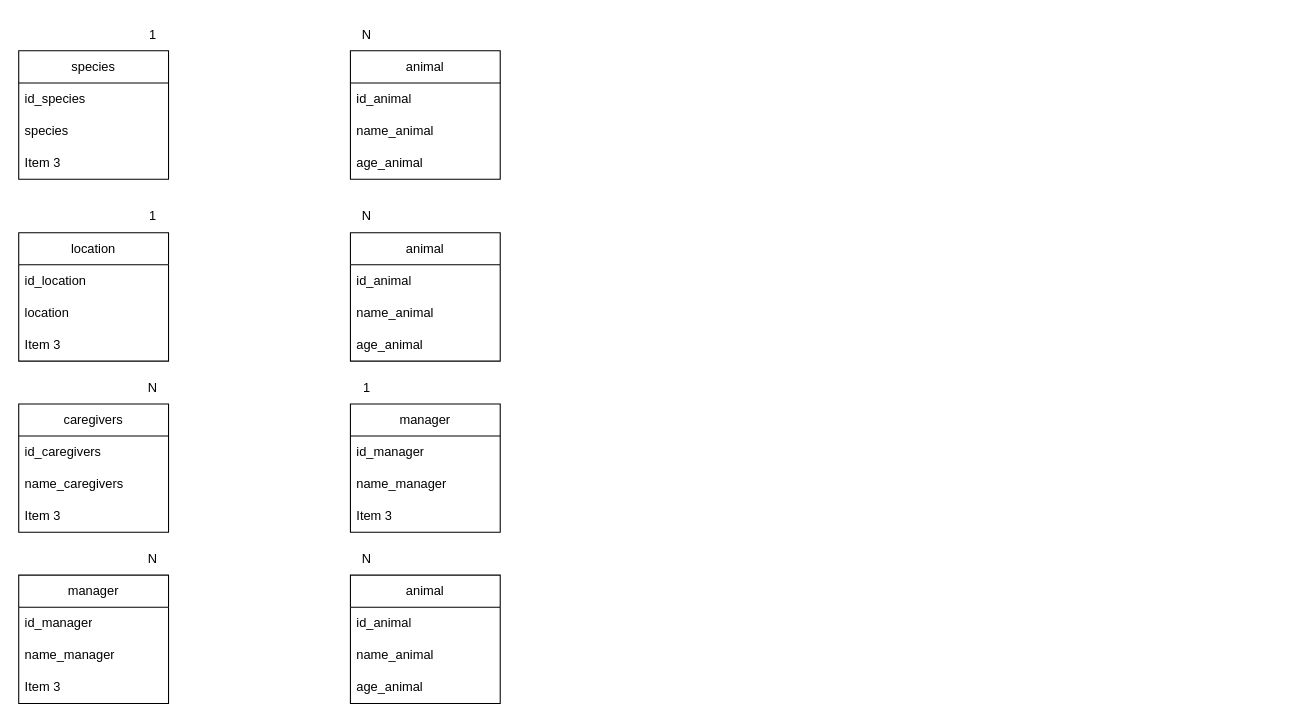
Before: 3-back-end/secao-3-funcao-sql-joins-normalizacao/day-3-transformando-ideias-em-banco-de-dados/Exercicios/exercicio/Diagrama sem nome.drawio in Pablo73/exercises-trybe, a draw.io diagram. Source tidied: cells renumbered, new cells numbered last; positions are measured from the earlier drawing's top-left corner, leaving out a move shared by most shapes. Both pictures are drawn from the tidied source at 107%, with x=0, y=0 at pixel (18, 18).
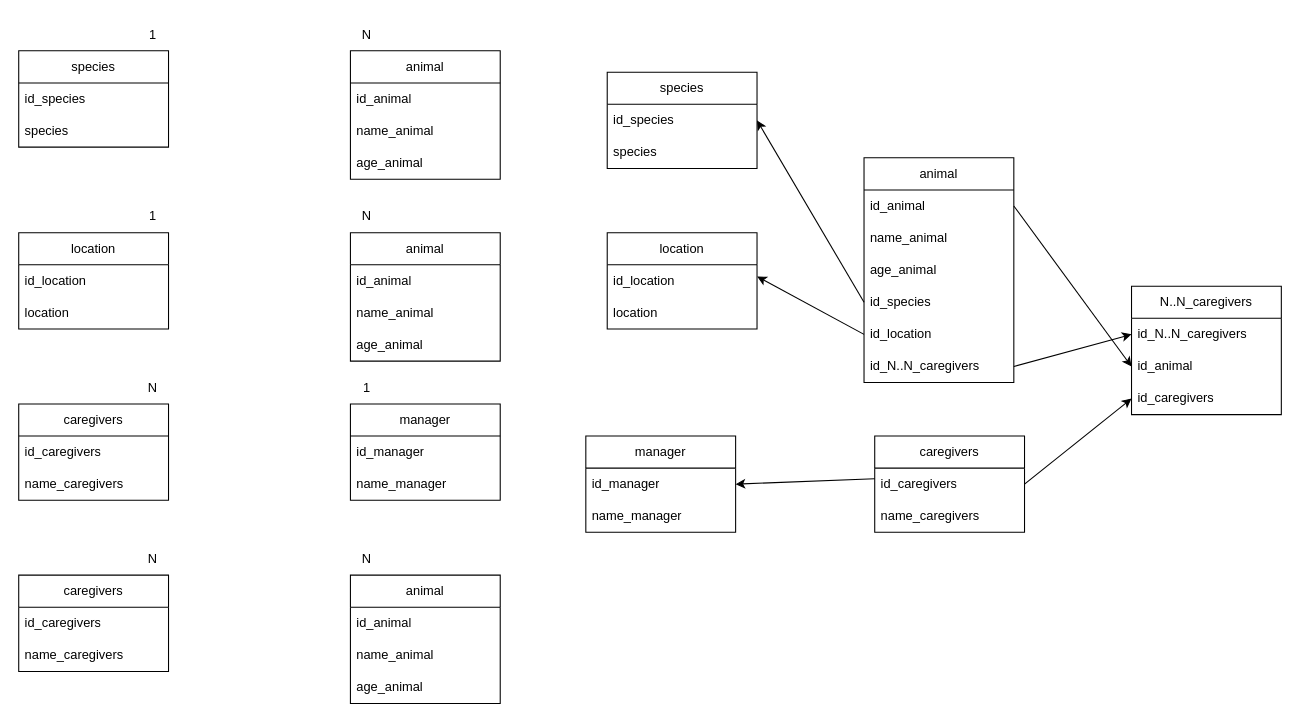
The same diagram, later.

The edit, as a diff of the source:
```diff
@@
     <mxCell id="6" value="species" style="swimlane;fontStyle=0;horizontal=1;startSize=30;whiteSpace=wrap;html=1;" parent="1" vertex="1">
-      <mxGeometry y="30" width="140" height="120" as="geometry" />
+      <mxGeometry y="30" width="140" height="90" as="geometry" />
     </mxCell>
@@
-    <mxCell id="9" value="Item 3" style="text;strokeColor=none;fillColor=none;align=left;verticalAlign=middle;spacingLeft=4;spacingRight=4;overflow=hidden;whiteSpace=wrap;html=1;" parent="6" vertex="1">
-      <mxGeometry y="90" width="140" height="30" as="geometry" />
-    </mxCell>
     <mxCell id="10" value="location" style="swimlane;fontStyle=0;horizontal=1;startSize=30;whiteSpace=wrap;html=1;" parent="1" vertex="1">
-      <mxGeometry y="200" width="140" height="120" as="geometry" />
+      <mxGeometry y="200" width="140" height="90" as="geometry" />
     </mxCell>
@@
-    <mxCell id="13" value="Item 3" style="text;strokeColor=none;fillColor=none;align=left;verticalAlign=middle;spacingLeft=4;spacingRight=4;overflow=hidden;whiteSpace=wrap;html=1;" parent="10" vertex="1">
-      <mxGeometry y="90" width="140" height="30" as="geometry" />
-    </mxCell>
     <mxCell id="14" value="caregivers" style="swimlane;fontStyle=0;horizontal=1;startSize=30;whiteSpace=wrap;html=1;" parent="1" vertex="1">
-      <mxGeometry y="360" width="140" height="120" as="geometry" />
+      <mxGeometry y="360" width="140" height="90" as="geometry" />
     </mxCell>
@@
-    <mxCell id="17" value="Item 3" style="text;strokeColor=none;fillColor=none;align=left;verticalAlign=middle;spacingLeft=4;spacingRight=4;overflow=hidden;whiteSpace=wrap;html=1;" parent="14" vertex="1">
-      <mxGeometry y="90" width="140" height="30" as="geometry" />
-    </mxCell>
-    <mxCell id="18" value="manager" style="swimlane;fontStyle=0;horizontal=1;startSize=30;whiteSpace=wrap;html=1;" parent="1" vertex="1">
-      <mxGeometry y="520" width="140" height="120" as="geometry" />
+    <mxCell id="18" value="caregivers" style="swimlane;fontStyle=0;horizontal=1;startSize=30;whiteSpace=wrap;html=1;" parent="1" vertex="1">
+      <mxGeometry y="520" width="140" height="90" as="geometry" />
     </mxCell>
-    <mxCell id="19" value="id_manager" style="text;strokeColor=none;fillColor=none;align=left;verticalAlign=middle;spacingLeft=4;spacingRight=4;overflow=hidden;whiteSpace=wrap;html=1;" parent="18" vertex="1">
+    <mxCell id="19" value="id_caregivers" style="text;strokeColor=none;fillColor=none;align=left;verticalAlign=middle;spacingLeft=4;spacingRight=4;overflow=hidden;whiteSpace=wrap;html=1;" parent="18" vertex="1">
       <mxGeometry y="30" width="140" height="30" as="geometry" />
     </mxCell>
-    <mxCell id="20" value="name_manager" style="text;strokeColor=none;fillColor=none;align=left;verticalAlign=middle;spacingLeft=4;spacingRight=4;overflow=hidden;whiteSpace=wrap;html=1;" parent="18" vertex="1">
+    <mxCell id="20" value="name_caregivers" style="text;strokeColor=none;fillColor=none;align=left;verticalAlign=middle;spacingLeft=4;spacingRight=4;overflow=hidden;whiteSpace=wrap;html=1;" parent="18" vertex="1">
       <mxGeometry y="60" width="140" height="30" as="geometry" />
     </mxCell>
-    <mxCell id="21" value="Item 3" style="text;strokeColor=none;fillColor=none;align=left;verticalAlign=middle;spacingLeft=4;spacingRight=4;overflow=hidden;whiteSpace=wrap;html=1;" parent="18" vertex="1">
-      <mxGeometry y="90" width="140" height="30" as="geometry" />
-    </mxCell>
@@
     <mxCell id="36" value="manager" style="swimlane;fontStyle=0;horizontal=1;startSize=30;whiteSpace=wrap;html=1;" parent="1" vertex="1">
-      <mxGeometry x="310" y="360" width="140" height="120" as="geometry" />
+      <mxGeometry x="310" y="360" width="140" height="90" as="geometry" />
     </mxCell>
@@
-    <mxCell id="39" value="Item 3" style="text;strokeColor=none;fillColor=none;align=left;verticalAlign=middle;spacingLeft=4;spacingRight=4;overflow=hidden;whiteSpace=wrap;html=1;" parent="36" vertex="1">
-      <mxGeometry y="90" width="140" height="30" as="geometry" />
-    </mxCell>
@@
+    <mxCell id="42" value="animal" style="swimlane;fontStyle=0;horizontal=1;startSize=30;whiteSpace=wrap;html=1;" parent="1" vertex="1">
+      <mxGeometry x="790" y="130" width="140" height="210" as="geometry" />
+    </mxCell>
+    <mxCell id="43" value="id_animal" style="text;strokeColor=none;fillColor=none;align=left;verticalAlign=middle;spacingLeft=4;spacingRight=4;overflow=hidden;points=[[0,0.5],[1,0.5]];portConstraint=eastwest;whiteSpace=wrap;html=1;" parent="42" vertex="1">
+      <mxGeometry y="30" width="140" height="30" as="geometry" />
+    </mxCell>
+    <mxCell id="44" value="name_animal" style="text;strokeColor=none;fillColor=none;align=left;verticalAlign=middle;spacingLeft=4;spacingRight=4;overflow=hidden;whiteSpace=wrap;html=1;" parent="42" vertex="1">
+      <mxGeometry y="60" width="140" height="30" as="geometry" />
+    </mxCell>
+    <mxCell id="45" value="age_animal" style="text;strokeColor=none;fillColor=none;align=left;verticalAlign=middle;spacingLeft=4;spacingRight=4;overflow=hidden;whiteSpace=wrap;html=1;" parent="42" vertex="1">
+      <mxGeometry y="90" width="140" height="30" as="geometry" />
+    </mxCell>
+    <mxCell id="46" value="id_species" style="text;strokeColor=none;fillColor=none;align=left;verticalAlign=middle;spacingLeft=4;spacingRight=4;overflow=hidden;points=[[0,0.5],[1,0.5]];portConstraint=eastwest;whiteSpace=wrap;html=1;" parent="42" vertex="1">
+      <mxGeometry y="120" width="140" height="30" as="geometry" />
+    </mxCell>
+    <mxCell id="47" value="id_location" style="text;strokeColor=none;fillColor=none;align=left;verticalAlign=middle;spacingLeft=4;spacingRight=4;overflow=hidden;points=[[0,0.5],[1,0.5]];portConstraint=eastwest;whiteSpace=wrap;html=1;" parent="42" vertex="1">
+      <mxGeometry y="150" width="140" height="30" as="geometry" />
+    </mxCell>
+    <mxCell id="48" value="id_N..N_caregivers" style="text;strokeColor=none;fillColor=none;align=left;verticalAlign=middle;spacingLeft=4;spacingRight=4;overflow=hidden;points=[[0,0.5],[1,0.5]];portConstraint=eastwest;whiteSpace=wrap;html=1;" parent="42" vertex="1">
+      <mxGeometry y="180" width="140" height="30" as="geometry" />
+    </mxCell>
+    <mxCell id="49" value="species" style="swimlane;fontStyle=0;horizontal=1;startSize=30;whiteSpace=wrap;html=1;" parent="1" vertex="1">
+      <mxGeometry x="550" y="50" width="140" height="90" as="geometry" />
+    </mxCell>
+    <mxCell id="50" value="id_species" style="text;strokeColor=none;fillColor=none;align=left;verticalAlign=middle;spacingLeft=4;spacingRight=4;overflow=hidden;points=[[0,0.5],[1,0.5]];portConstraint=eastwest;whiteSpace=wrap;html=1;" parent="49" vertex="1">
+      <mxGeometry y="30" width="140" height="30" as="geometry" />
+    </mxCell>
+    <mxCell id="51" value="species" style="text;strokeColor=none;fillColor=none;align=left;verticalAlign=middle;spacingLeft=4;spacingRight=4;overflow=hidden;whiteSpace=wrap;html=1;" parent="49" vertex="1">
+      <mxGeometry y="60" width="140" height="30" as="geometry" />
+    </mxCell>
+    <mxCell id="52" value="location" style="swimlane;fontStyle=0;horizontal=1;startSize=30;whiteSpace=wrap;html=1;" parent="1" vertex="1">
+      <mxGeometry x="550" y="200" width="140" height="90" as="geometry" />
+    </mxCell>
+    <mxCell id="53" value="id_location" style="text;strokeColor=none;fillColor=none;align=left;verticalAlign=middle;spacingLeft=4;spacingRight=4;overflow=hidden;points=[[0,0.5],[1,0.5]];portConstraint=eastwest;whiteSpace=wrap;html=1;" parent="52" vertex="1">
+      <mxGeometry y="30" width="140" height="30" as="geometry" />
+    </mxCell>
+    <mxCell id="54" value="location" style="text;strokeColor=none;fillColor=none;align=left;verticalAlign=middle;spacingLeft=4;spacingRight=4;overflow=hidden;whiteSpace=wrap;html=1;" parent="52" vertex="1">
+      <mxGeometry y="60" width="140" height="30" as="geometry" />
+    </mxCell>
+    <mxCell id="55" value="caregivers" style="swimlane;fontStyle=0;horizontal=1;startSize=30;whiteSpace=wrap;html=1;" parent="1" vertex="1">
+      <mxGeometry x="800" y="390" width="140" height="90" as="geometry" />
+    </mxCell>
+    <mxCell id="56" value="id_caregivers" style="text;strokeColor=none;fillColor=none;align=left;verticalAlign=middle;spacingLeft=4;spacingRight=4;overflow=hidden;points=[[0,0.5],[1,0.5]];portConstraint=eastwest;whiteSpace=wrap;html=1;" parent="55" vertex="1">
+      <mxGeometry y="30" width="140" height="30" as="geometry" />
+    </mxCell>
+    <mxCell id="57" value="name_caregivers" style="text;strokeColor=none;fillColor=none;align=left;verticalAlign=middle;spacingLeft=4;spacingRight=4;overflow=hidden;whiteSpace=wrap;html=1;" parent="55" vertex="1">
+      <mxGeometry y="60" width="140" height="30" as="geometry" />
+    </mxCell>
+    <mxCell id="58" value="N..N_caregivers" style="swimlane;fontStyle=0;horizontal=1;startSize=30;whiteSpace=wrap;html=1;" parent="1" vertex="1">
+      <mxGeometry x="1040" y="250" width="140" height="120" as="geometry" />
+    </mxCell>
+    <mxCell id="59" value="id_N..N_caregivers" style="text;strokeColor=none;fillColor=none;align=left;verticalAlign=middle;spacingLeft=4;spacingRight=4;overflow=hidden;points=[[0,0.5],[1,0.5]];portConstraint=eastwest;whiteSpace=wrap;html=1;" parent="58" vertex="1">
+      <mxGeometry y="30" width="140" height="30" as="geometry" />
+    </mxCell>
+    <mxCell id="60" value="id_animal" style="text;strokeColor=none;fillColor=none;align=left;verticalAlign=middle;spacingLeft=4;spacingRight=4;overflow=hidden;points=[[0,0.5],[1,0.5]];portConstraint=eastwest;whiteSpace=wrap;html=1;" parent="58" vertex="1">
+      <mxGeometry y="60" width="140" height="30" as="geometry" />
+    </mxCell>
+    <mxCell id="61" value="id_caregivers" style="text;strokeColor=none;fillColor=none;align=left;verticalAlign=middle;spacingLeft=4;spacingRight=4;overflow=hidden;points=[[0,0.5],[1,0.5]];portConstraint=eastwest;whiteSpace=wrap;html=1;" parent="58" vertex="1">
+      <mxGeometry y="90" width="140" height="30" as="geometry" />
+    </mxCell>
+    <mxCell id="62" style="endArrow=classic;html=1;rounded=0;entryX=0;entryY=0.5;entryDx=0;entryDy=0;exitX=1;exitY=0.5;exitDx=0;exitDy=0;" parent="1" edge="1" source="56" target="61">
+      <mxGeometry relative="1" as="geometry" />
+    </mxCell>
+    <mxCell id="63" style="endArrow=classic;html=1;rounded=0;entryX=0;entryY=0.5;entryDx=0;entryDy=0;exitX=1;exitY=0.5;exitDx=0;exitDy=0;" parent="1" edge="1" source="43" target="60">
+      <mxGeometry relative="1" as="geometry" />
+    </mxCell>
+    <mxCell id="64" value="manager" style="swimlane;fontStyle=0;horizontal=1;startSize=30;whiteSpace=wrap;html=1;" parent="1" vertex="1">
+      <mxGeometry x="530" y="390" width="140" height="90" as="geometry" />
+    </mxCell>
+    <mxCell id="65" value="id_manager" style="text;strokeColor=none;fillColor=none;align=left;verticalAlign=middle;spacingLeft=4;spacingRight=4;overflow=hidden;points=[[0,0.5],[1,0.5]];portConstraint=eastwest;whiteSpace=wrap;html=1;" parent="64" vertex="1">
+      <mxGeometry y="30" width="140" height="30" as="geometry" />
+    </mxCell>
+    <mxCell id="66" value="name_manager" style="text;strokeColor=none;fillColor=none;align=left;verticalAlign=middle;spacingLeft=4;spacingRight=4;overflow=hidden;whiteSpace=wrap;html=1;" parent="64" vertex="1">
+      <mxGeometry y="60" width="140" height="30" as="geometry" />
+    </mxCell>
+    <mxCell id="67" style="endArrow=classic;html=1;rounded=0;exitX=0;exitY=0.5;exitDx=0;exitDy=0;entryX=1;entryY=0.5;entryDx=0;entryDy=0;" parent="1" edge="1" source="46" target="50">
+      <mxGeometry relative="1" as="geometry" />
+    </mxCell>
+    <mxCell id="68" style="endArrow=classic;html=1;rounded=0;exitX=0;exitY=0.5;exitDx=0;exitDy=0;entryX=1.001;entryY=0.363;entryDx=0;entryDy=0;entryPerimeter=0;" parent="1" edge="1" source="47" target="53">
+      <mxGeometry relative="1" as="geometry" />
+    </mxCell>
+    <mxCell id="69" style="endArrow=classic;html=1;rounded=0;exitX=0;exitY=0.333;exitDx=0;exitDy=0;exitPerimeter=0;entryX=1;entryY=0.5;entryDx=0;entryDy=0;" parent="1" edge="1" source="56" target="65">
+      <mxGeometry relative="1" as="geometry" />
+    </mxCell>
+    <mxCell id="70" style="endArrow=classic;html=1;rounded=0;entryX=0;entryY=0.5;entryDx=0;entryDy=0;exitX=1;exitY=0.5;exitDx=0;exitDy=0;" parent="1" edge="1" source="48" target="59">
+      <mxGeometry relative="1" as="geometry" />
+    </mxCell>
```
